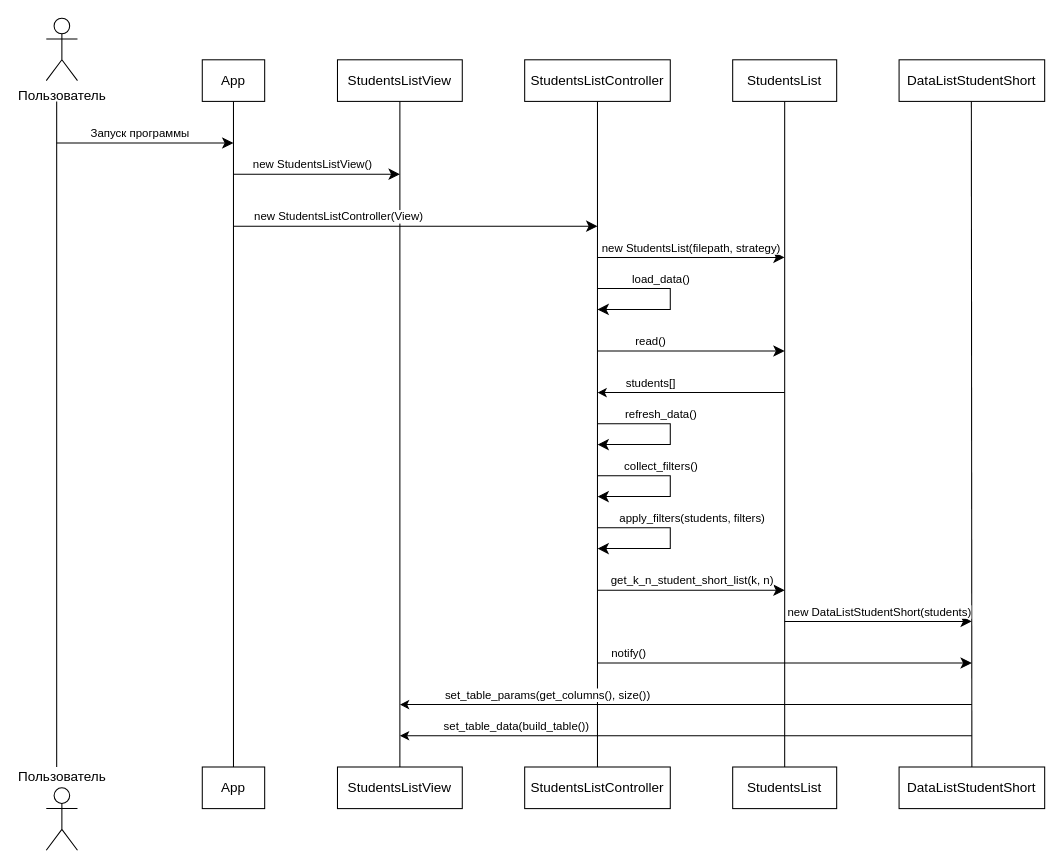
Above: student/assets/sequence_diagram.drawio in pphenomen/patterns-uni (draw.io), before the change. Source tidied: cells renumbered, new cells numbered last; positions are measured from the earlier drawing's top-left corner, leaving out a move shared by most shapes. Both pictures are drawn from the tidied source at 104%, with x=0, y=0 at pixel (46, 18).
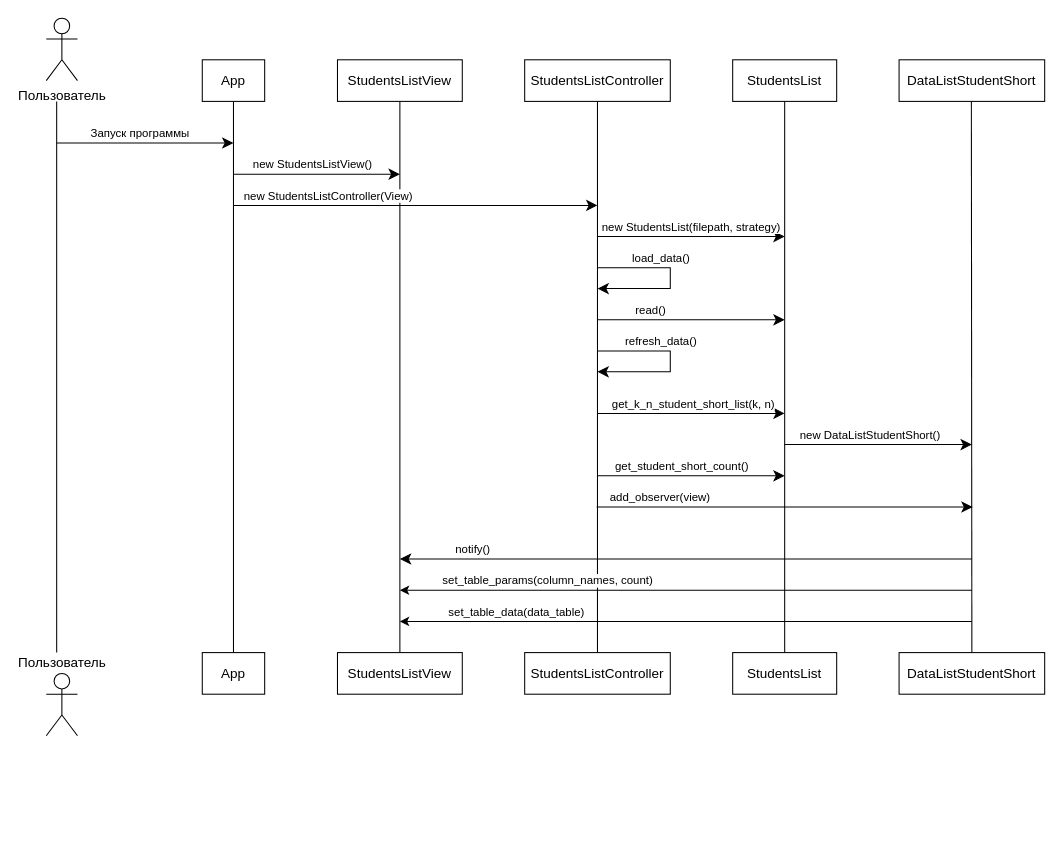
After the change.

Commit message (it also covers changes not shown here):
Lab5: sequence diagram (open app)

Change to the diagram source:
```diff
@@
     <mxCell id="2" style="edgeStyle=orthogonalEdgeStyle;rounded=0;orthogonalLoop=1;jettySize=auto;html=1;endArrow=none;endFill=0;fontSize=13;" parent="1" edge="1">
       <mxGeometry relative="1" as="geometry">
         <mxPoint x="10" y="80" as="sourcePoint" />
-        <mxPoint x="10" y="720" as="targetPoint" />
+        <mxPoint x="10" y="610" as="targetPoint" />
         <Array as="points">
           <mxPoint x="10" y="80" />
           <mxPoint x="10" y="600" />
         </Array>
       </mxGeometry>
     </mxCell>
@@
     <mxCell id="4" value="Пользователь" style="shape=umlActor;verticalLabelPosition=top;verticalAlign=bottom;html=1;labelPosition=center;align=center;fontSize=13;" parent="1" vertex="1">
-      <mxGeometry y="740" width="30" height="60" as="geometry" />
+      <mxGeometry y="630" width="30" height="60" as="geometry" />
     </mxCell>
@@
     <mxCell id="6" value="App" style="rounded=0;whiteSpace=wrap;html=1;fontSize=13;" parent="1" vertex="1">
-      <mxGeometry x="150" y="720" width="60" height="40" as="geometry" />
+      <mxGeometry x="150" y="610" width="60" height="40" as="geometry" />
     </mxCell>
@@
     <mxCell id="8" value="StudentsListView" style="rounded=0;whiteSpace=wrap;html=1;fontSize=13;" parent="1" vertex="1">
-      <mxGeometry x="280" y="720" width="120" height="40" as="geometry" />
+      <mxGeometry x="280" y="610" width="120" height="40" as="geometry" />
     </mxCell>
     <mxCell id="9" value="StudentsListController" style="rounded=0;whiteSpace=wrap;html=1;fontSize=13;" parent="1" vertex="1">
-      <mxGeometry x="460" y="720" width="140" height="40" as="geometry" />
+      <mxGeometry x="460" y="610" width="140" height="40" as="geometry" />
     </mxCell>
@@
     <mxCell id="12" value="StudentsList" style="rounded=0;whiteSpace=wrap;html=1;fontSize=13;" parent="1" vertex="1">
-      <mxGeometry x="660" y="720" width="100" height="40" as="geometry" />
+      <mxGeometry x="660" y="610" width="100" height="40" as="geometry" />
     </mxCell>
@@
     <mxCell id="14" value="DataListStudentShort" style="rounded=0;whiteSpace=wrap;html=1;fontSize=13;" parent="1" vertex="1">
-      <mxGeometry x="820" y="720" width="140" height="40" as="geometry" />
+      <mxGeometry x="820" y="610" width="140" height="40" as="geometry" />
     </mxCell>
@@
     <mxCell id="19" style="endArrow=classic;html=1;rounded=0;endSize=8;fontSize=11;" parent="1" edge="1">
       <mxGeometry relative="1" as="geometry">
-        <mxPoint x="180" y="200" as="sourcePoint" />
-        <mxPoint x="530" y="200" as="targetPoint" />
+        <mxPoint x="180" y="180" as="sourcePoint" />
+        <mxPoint x="530" y="180" as="targetPoint" />
       </mxGeometry>
     </mxCell>
     <mxCell id="20" style="endArrow=classic;html=1;rounded=0;endSize=8;fontSize=11;" parent="1" edge="1">
       <mxGeometry relative="1" as="geometry">
-        <mxPoint x="530" y="230" as="sourcePoint" />
-        <mxPoint x="710" y="230" as="targetPoint" />
+        <mxPoint x="530" y="210" as="sourcePoint" />
+        <mxPoint x="710" y="210" as="targetPoint" />
       </mxGeometry>
     </mxCell>
@@
     <mxCell id="22" style="endArrow=classic;html=1;rounded=0;endSize=8;fontSize=11;" parent="1" edge="1">
       <mxGeometry relative="1" as="geometry">
-        <mxPoint x="530" y="320" as="sourcePoint" />
-        <mxPoint x="710" y="320" as="targetPoint" />
+        <mxPoint x="530" y="290" as="sourcePoint" />
+        <mxPoint x="710" y="290" as="targetPoint" />
       </mxGeometry>
     </mxCell>
@@
-    <mxCell id="24" style="endArrow=none;html=1;rounded=0;endSize=8;endFill=0;startArrow=classic;startFill=1;fontSize=11;" parent="1" edge="1">
+    <mxCell id="24" style="endArrow=classic;html=1;rounded=0;endSize=8;endFill=1;startArrow=none;startFill=0;fontSize=11;startSize=8;" parent="1" edge="1">
       <mxGeometry relative="1" as="geometry">
-        <mxPoint x="530" y="360" as="sourcePoint" />
-        <mxPoint x="710" y="360" as="targetPoint" />
+        <mxPoint x="530" y="380" as="sourcePoint" />
+        <mxPoint x="710" y="380" as="targetPoint" />
       </mxGeometry>
     </mxCell>
-    <mxCell id="25" value="students[]" style="edgeLabel;html=1;align=center;verticalAlign=middle;fontSize=11;" parent="24" vertex="1">
+    <mxCell id="25" value="get_k_n_student_short_list(k, n)" style="edgeLabel;html=1;align=center;verticalAlign=middle;fontSize=11;" parent="24" vertex="1">
       <mxGeometry x="-0.48" y="-1" relative="1" as="geometry">
-        <mxPoint x="3" y="-11" as="offset" />
+        <mxPoint x="44" y="-11" as="offset" />
       </mxGeometry>
     </mxCell>
-    <mxCell id="26" style="endArrow=classic;html=1;rounded=0;endSize=8;fontSize=11;" parent="1" edge="1">
-      <mxGeometry relative="1" as="geometry">
-        <mxPoint x="530" y="390" as="sourcePoint" />
-        <mxPoint x="530" y="410" as="targetPoint" />
-        <Array as="points">
-          <mxPoint x="600" y="390" />
-          <mxPoint x="600" y="410" />
-          <mxPoint x="560" y="410" />
-        </Array>
-      </mxGeometry>
-    </mxCell>
-    <mxCell id="27" value="refresh_data()" style="edgeLabel;html=1;align=center;verticalAlign=middle;fontSize=11;" parent="26" vertex="1">
-      <mxGeometry x="-0.56" y="2" relative="1" as="geometry">
-        <mxPoint x="25" y="-8" as="offset" />
-      </mxGeometry>
-    </mxCell>
-    <mxCell id="28" style="endArrow=classic;html=1;rounded=0;endSize=8;fontSize=11;" parent="1" edge="1">
-      <mxGeometry relative="1" as="geometry">
-        <mxPoint x="530" y="550" as="sourcePoint" />
-        <mxPoint x="710" y="550" as="targetPoint" />
-      </mxGeometry>
-    </mxCell>
-    <mxCell id="29" value="get_k_n_student_short_list(k, n)" style="edgeLabel;html=1;align=center;verticalAlign=middle;fontSize=11;" parent="28" vertex="1">
-      <mxGeometry x="0.33" y="2" relative="1" as="geometry">
-        <mxPoint x="-30" y="-8" as="offset" />
-      </mxGeometry>
-    </mxCell>
-    <mxCell id="30" style="endArrow=classic;html=1;rounded=0;endSize=8;fontSize=11;" parent="1" edge="1">
-      <mxGeometry relative="1" as="geometry">
-        <mxPoint x="530" y="440" as="sourcePoint" />
-        <mxPoint x="530" y="460" as="targetPoint" />
-        <Array as="points">
-          <mxPoint x="600" y="440" />
-          <mxPoint x="600" y="460" />
-          <mxPoint x="560" y="460" />
-        </Array>
-      </mxGeometry>
-    </mxCell>
-    <mxCell id="31" value="collect_filters()" style="edgeLabel;html=1;align=center;verticalAlign=middle;fontSize=11;" parent="30" vertex="1">
-      <mxGeometry x="-0.3" y="3" relative="1" as="geometry">
-        <mxPoint x="4" y="-7" as="offset" />
-      </mxGeometry>
-    </mxCell>
-    <mxCell id="32" style="endArrow=classic;html=1;rounded=0;endSize=8;fontSize=11;" parent="1" edge="1">
-      <mxGeometry relative="1" as="geometry">
-        <mxPoint x="530" y="490" as="sourcePoint" />
-        <mxPoint x="530" y="510" as="targetPoint" />
-        <Array as="points">
-          <mxPoint x="600" y="490" />
-          <mxPoint x="600" y="510" />
-          <mxPoint x="560" y="510" />
-        </Array>
-      </mxGeometry>
-    </mxCell>
-    <mxCell id="33" value="apply_filters(students, filters)" style="edgeLabel;html=1;align=center;verticalAlign=middle;fontSize=11;" parent="32" vertex="1">
-      <mxGeometry x="-0.44" y="2" relative="1" as="geometry">
-        <mxPoint x="45" y="-8" as="offset" />
-      </mxGeometry>
-    </mxCell>
     <mxCell id="34" style="endArrow=classic;html=1;rounded=0;endSize=8;fontSize=11;" parent="1" edge="1">
       <mxGeometry relative="1" as="geometry">
-        <mxPoint x="530" y="260" as="sourcePoint" />
-        <mxPoint x="530" y="280" as="targetPoint" />
+        <mxPoint x="530" y="240" as="sourcePoint" />
+        <mxPoint x="530" y="260" as="targetPoint" />
         <Array as="points">
+          <mxPoint x="600" y="240" />
           <mxPoint x="600" y="260" />
-          <mxPoint x="600" y="280" />
-          <mxPoint x="560" y="280" />
+          <mxPoint x="560" y="260" />
         </Array>
       </mxGeometry>
     </mxCell>
@@
     <mxCell id="37" value="new StudentsListController(View)" style="edgeLabel;html=1;align=center;verticalAlign=middle;fontSize=11;" parent="1" vertex="1">
-      <mxGeometry x="280" y="190" as="geometry" />
+      <mxGeometry x="270" y="170" as="geometry" />
     </mxCell>
@@
-    <mxCell id="41" style="endArrow=classic;html=1;rounded=0;endSize=8;fontSize=11;" parent="1" edge="1">
-      <mxGeometry relative="1" as="geometry">
-        <mxPoint x="710" y="580" as="sourcePoint" />
-        <mxPoint x="890" y="580" as="targetPoint" />
-      </mxGeometry>
-    </mxCell>
-    <mxCell id="42" value="new DataListStudentShort(students)" style="edgeLabel;html=1;align=center;verticalAlign=middle;fontSize=11;" parent="41" vertex="1">
-      <mxGeometry x="-0.48" y="2" relative="1" as="geometry">
-        <mxPoint x="43" y="-8" as="offset" />
-      </mxGeometry>
-    </mxCell>
-    <mxCell id="43" style="endArrow=classic;html=1;rounded=0;endSize=8;fontSize=11;" parent="1" edge="1">
-      <mxGeometry relative="1" as="geometry">
-        <mxPoint x="530" y="620" as="sourcePoint" />
-        <mxPoint x="890" y="620" as="targetPoint" />
-      </mxGeometry>
-    </mxCell>
-    <mxCell id="44" value="notify()" style="edgeLabel;html=1;align=center;verticalAlign=middle;fontSize=11;" parent="43" vertex="1">
-      <mxGeometry x="-0.8" y="-1" relative="1" as="geometry">
-        <mxPoint x="-7" y="-11" as="offset" />
-      </mxGeometry>
-    </mxCell>
     <mxCell id="45" style="endArrow=none;html=1;rounded=0;endSize=8;endFill=0;startArrow=classic;startFill=1;fontSize=11;" parent="1" edge="1">
       <mxGeometry relative="1" as="geometry">
-        <mxPoint x="340" y="660" as="sourcePoint" />
-        <mxPoint x="890" y="660" as="targetPoint" />
+        <mxPoint x="340" y="550" as="sourcePoint" />
+        <mxPoint x="890" y="550" as="targetPoint" />
       </mxGeometry>
     </mxCell>
-    <mxCell id="46" value="set_table_params(get_columns(), size())" style="edgeLabel;html=1;align=center;verticalAlign=middle;fontSize=11;" parent="45" vertex="1">
+    <mxCell id="46" value="set_table_params(column_names, count)" style="edgeLabel;html=1;align=center;verticalAlign=middle;fontSize=11;" parent="45" vertex="1">
       <mxGeometry x="-0.8" relative="1" as="geometry">
         <mxPoint x="86" y="-10" as="offset" />
       </mxGeometry>
     </mxCell>
     <mxCell id="47" style="endArrow=none;html=1;rounded=0;endSize=8;endFill=0;startArrow=classic;startFill=1;fontSize=11;" parent="1" edge="1">
       <mxGeometry relative="1" as="geometry">
-        <mxPoint x="340" y="690" as="sourcePoint" />
-        <mxPoint x="890" y="690" as="targetPoint" />
+        <mxPoint x="340" y="580" as="sourcePoint" />
+        <mxPoint x="890" y="580" as="targetPoint" />
       </mxGeometry>
     </mxCell>
-    <mxCell id="48" value="set_table_data(build_table())" style="edgeLabel;html=1;align=center;verticalAlign=middle;fontSize=11;" parent="47" vertex="1">
+    <mxCell id="48" value="set_table_data(data_table)" style="edgeLabel;html=1;align=center;verticalAlign=middle;fontSize=11;" parent="47" vertex="1">
       <mxGeometry x="-0.7" relative="1" as="geometry">
         <mxPoint x="28" y="-10" as="offset" />
       </mxGeometry>
     </mxCell>
@@
+    <mxCell id="50" style="endArrow=classic;html=1;rounded=0;endSize=8;fontSize=11;" parent="1" edge="1">
+      <mxGeometry relative="1" as="geometry">
+        <mxPoint x="710" y="410" as="sourcePoint" />
+        <mxPoint x="890" y="410" as="targetPoint" />
+      </mxGeometry>
+    </mxCell>
+    <mxCell id="51" value="new DataListStudentShort()" style="edgeLabel;html=1;align=center;verticalAlign=middle;" parent="50" vertex="1">
+      <mxGeometry x="0.64" y="-1" relative="1" as="geometry">
+        <mxPoint x="-67" y="-11" as="offset" />
+      </mxGeometry>
+    </mxCell>
+    <mxCell id="52" style="endArrow=classic;html=1;rounded=0;endSize=8;endFill=1;startArrow=none;startFill=0;fontSize=11;startSize=8;" parent="1" edge="1">
+      <mxGeometry relative="1" as="geometry">
+        <mxPoint x="530" y="440" as="sourcePoint" />
+        <mxPoint x="710" y="440" as="targetPoint" />
+      </mxGeometry>
+    </mxCell>
+    <mxCell id="53" value="get_student_short_count()" style="edgeLabel;html=1;align=center;verticalAlign=middle;fontSize=11;" parent="52" vertex="1">
+      <mxGeometry x="-0.48" y="-1" relative="1" as="geometry">
+        <mxPoint x="33" y="-11" as="offset" />
+      </mxGeometry>
+    </mxCell>
+    <mxCell id="54" style="endArrow=classic;html=1;rounded=0;endSize=8;endFill=1;startArrow=none;startFill=0;fontSize=11;startSize=8;" parent="1" edge="1">
+      <mxGeometry relative="1" as="geometry">
+        <mxPoint x="529.2" y="470" as="sourcePoint" />
+        <mxPoint x="890.8" y="470" as="targetPoint" />
+      </mxGeometry>
+    </mxCell>
+    <mxCell id="55" value="add_observer(view)" style="edgeLabel;html=1;align=center;verticalAlign=middle;" parent="54" vertex="1">
+      <mxGeometry x="-0.08" y="-4" relative="1" as="geometry">
+        <mxPoint x="-106" y="-14" as="offset" />
+      </mxGeometry>
+    </mxCell>
+    <mxCell id="56" style="endArrow=classic;html=1;rounded=0;endSize=8;endFill=1;startArrow=none;startFill=0;fontSize=11;startSize=8;" parent="1" edge="1">
+      <mxGeometry relative="1" as="geometry">
+        <mxPoint x="890" y="520" as="sourcePoint" />
+        <mxPoint x="340" y="520" as="targetPoint" />
+      </mxGeometry>
+    </mxCell>
+    <mxCell id="44" value="notify()" style="edgeLabel;html=1;align=center;verticalAlign=middle;" parent="56" vertex="1">
+      <mxGeometry x="-0.08" y="-4" relative="1" as="geometry">
+        <mxPoint x="-228" y="-6" as="offset" />
+      </mxGeometry>
+    </mxCell>
+    <mxCell id="57" style="endArrow=classic;html=1;rounded=0;endSize=8;fontSize=11;" parent="1" edge="1">
+      <mxGeometry relative="1" as="geometry">
+        <mxPoint x="530" y="320" as="sourcePoint" />
+        <mxPoint x="530" y="340" as="targetPoint" />
+        <Array as="points">
+          <mxPoint x="600" y="320" />
+          <mxPoint x="600" y="340" />
+          <mxPoint x="560" y="340" />
+        </Array>
+      </mxGeometry>
+    </mxCell>
+    <mxCell id="27" value="refresh_data()" style="edgeLabel;html=1;align=center;verticalAlign=middle;fontSize=11;" parent="57" vertex="1">
+      <mxGeometry x="-0.04" y="-2" relative="1" as="geometry">
+        <mxPoint x="-8" y="-17" as="offset" />
+      </mxGeometry>
+    </mxCell>
```
